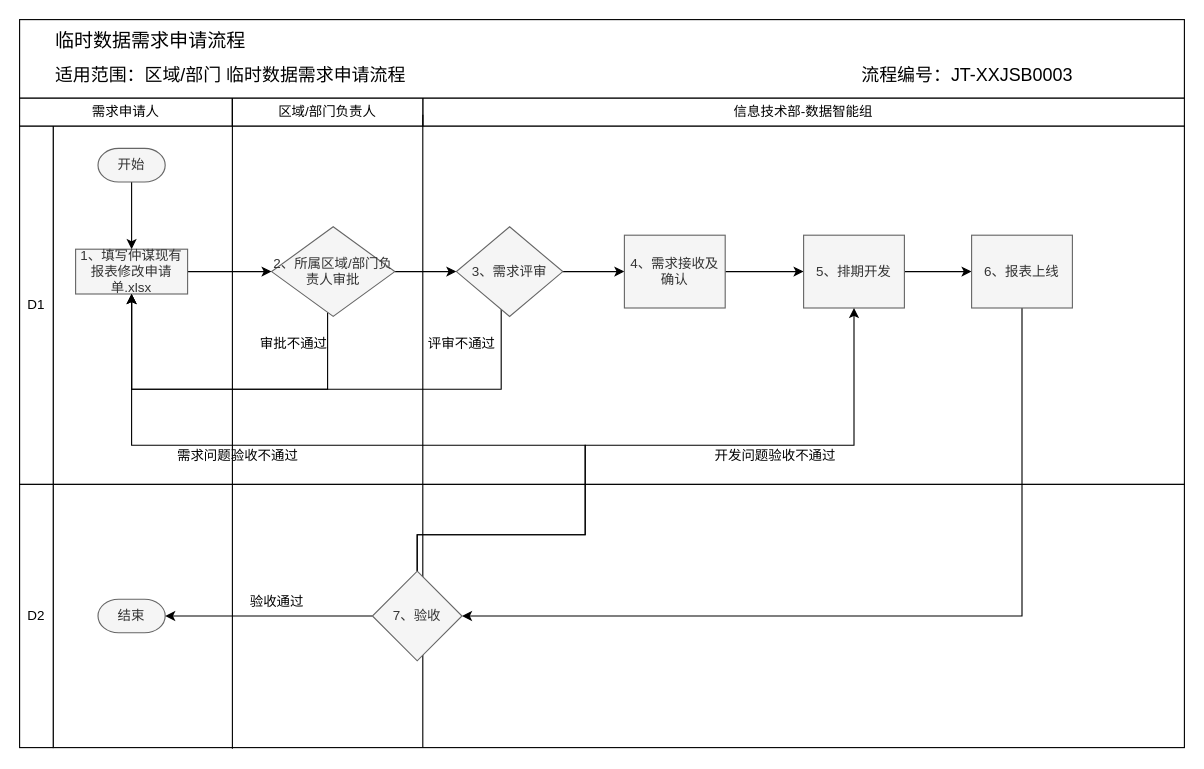
Earlier version of the draw.io diagram page "临时数据需求申请流程" (3 of 3) of pet_data_warehouse/内控流程.drawio (fangzheng0518/draw). Source tidied: cells renumbered, new cells numbered last; positions are measured from the earlier drawing's top-left corner, leaving out a move shared by most shapes. Both pictures are drawn from the tidied source at 112%, with x=0, y=0 at pixel (19, 19).
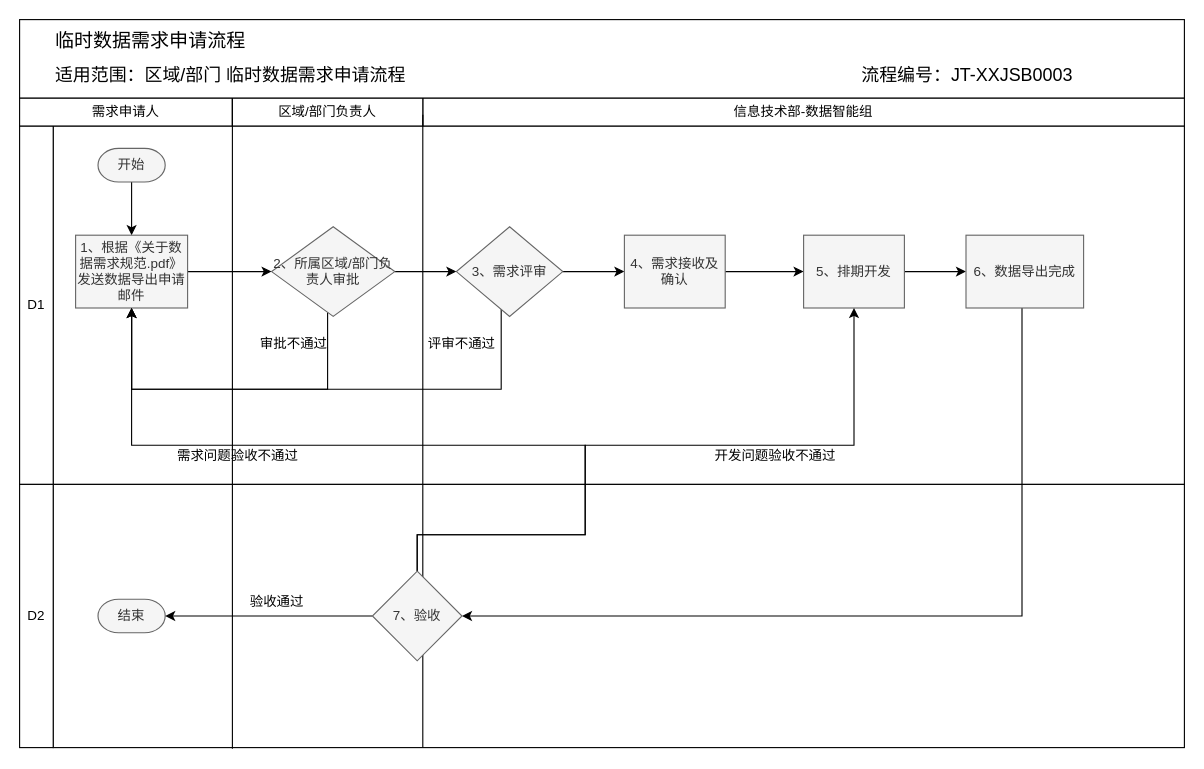
The same page after the edit.

Commit message (it also covers changes not shown here):
更新内控流程.drawio

What changed in the source:
```diff
@@
-    <mxCell id="12" value="1、填写仲谋现有报表修改申请单.xlsx" style="rounded=0;whiteSpace=wrap;html=1;strokeColor=#666666;strokeWidth=1;fillColor=#f5f5f5;fontColor=#333333;" parent="1" vertex="1">
-      <mxGeometry x="50" y="205" width="100" height="40" as="geometry" />
+    <mxCell id="12" value="1、根据《关于数据需求规范.pdf》发送数据导出申请邮件" style="rounded=0;whiteSpace=wrap;html=1;strokeColor=#666666;strokeWidth=1;fillColor=#f5f5f5;fontColor=#333333;" parent="1" vertex="1">
+      <mxGeometry x="50" y="192.5" width="100" height="65" as="geometry" />
     </mxCell>
@@
-    <mxCell id="28" value="6、报表上线" style="rounded=0;whiteSpace=wrap;html=1;strokeColor=#666666;strokeWidth=1;fillColor=#f5f5f5;fontColor=#333333;" parent="1" vertex="1">
-      <mxGeometry x="850" y="192.5" width="90" height="65" as="geometry" />
+    <mxCell id="28" value="6、数据导出完成" style="rounded=0;whiteSpace=wrap;html=1;strokeColor=#666666;strokeWidth=1;fillColor=#f5f5f5;fontColor=#333333;" parent="1" vertex="1">
+      <mxGeometry x="845" y="192.5" width="105" height="65" as="geometry" />
     </mxCell>
```
